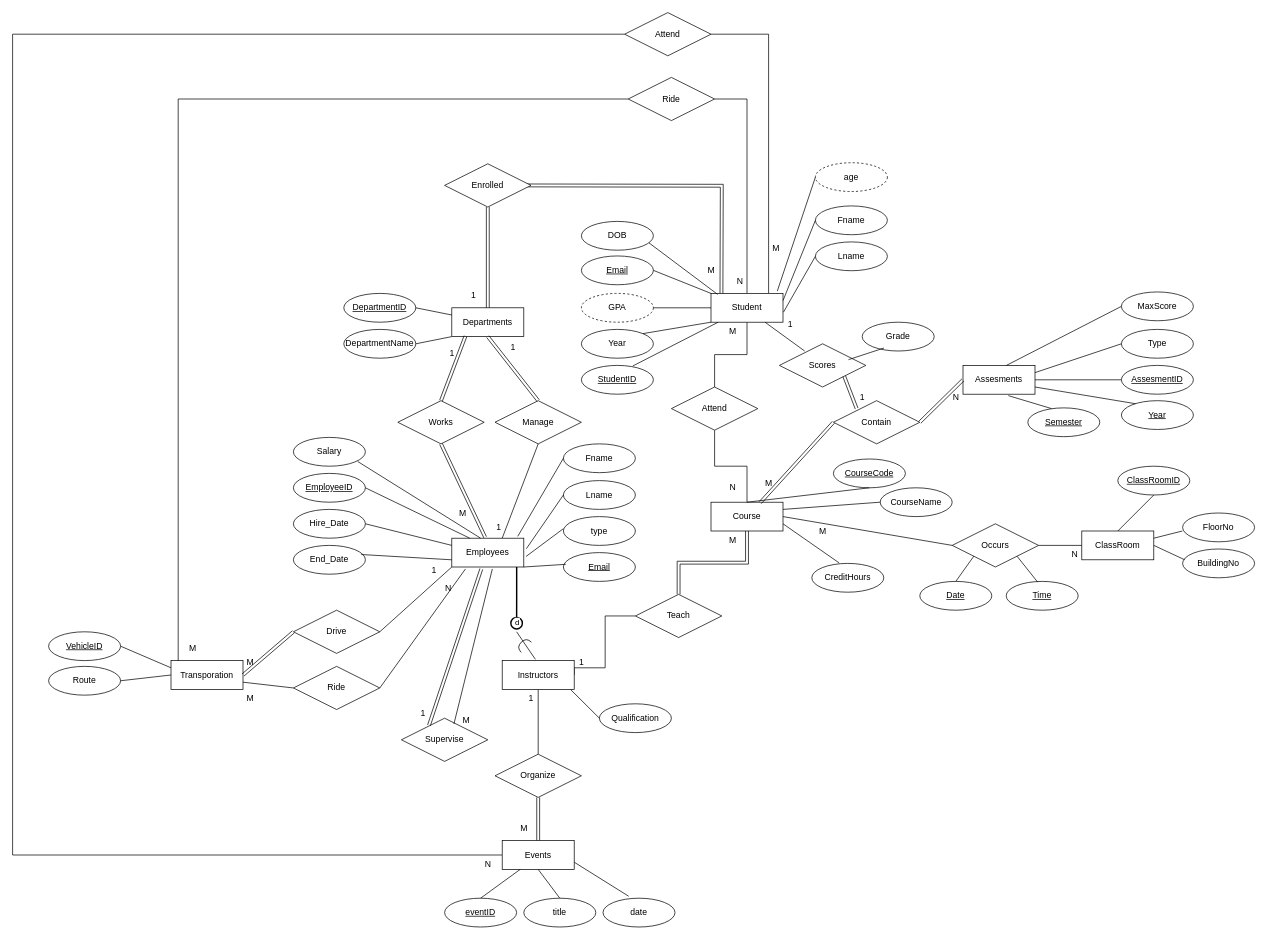
This is FacultyERD.drawio from seiffmohamedd/University_DBMS, a draw.io file, before an edit. Source tidied: cells renumbered, new cells numbered last; positions are measured from the earlier drawing's top-left corner, leaving out a move shared by most shapes. Both pictures are drawn from the tidied source at 72%, with x=0, y=0 at pixel (12, 12).
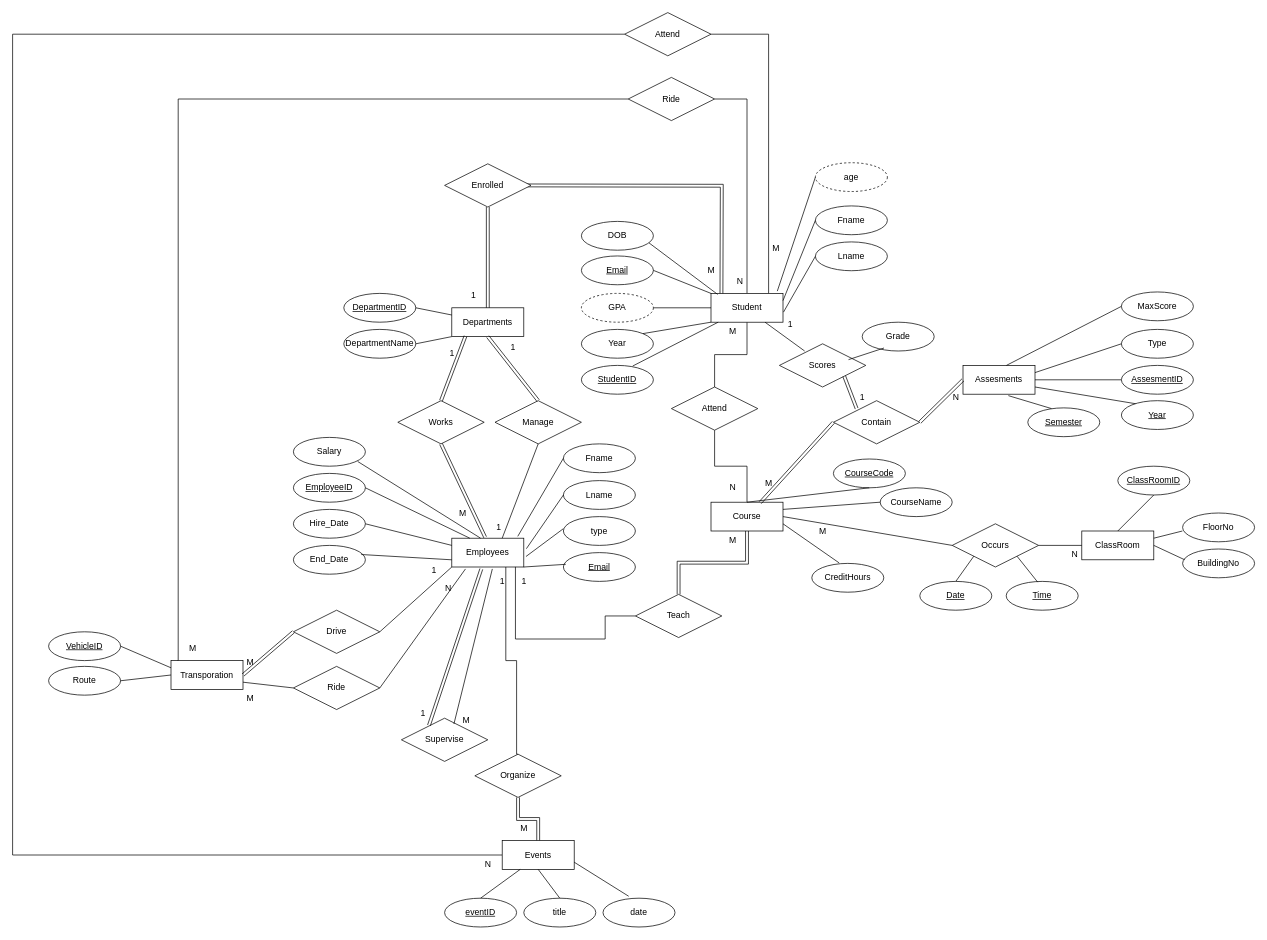
Above is the later version.

Commit message (it also covers changes not shown here):
ERD , Mapping Finished , SQL Scripts Created Tables , Insertion of sample data in progress

Unchanged cells that the change refers to:
```xml
<mxCell id="10" value="Employees" style="whiteSpace=wrap;html=1;align=center;" parent="1" vertex="1">
  <mxGeometry x="610" y="730" width="100" height="40" as="geometry" />
</mxCell>
<mxCell id="75" value="Teach" style="shape=rhombus;perimeter=rhombusPerimeter;whiteSpace=wrap;html=1;align=center;" parent="1" vertex="1">
  <mxGeometry x="865" y="808" width="120" height="60" as="geometry" />
</mxCell>
```

The edit, as a diff of the source:
```diff
@@
-    <mxCell id="8" style="edgeStyle=orthogonalEdgeStyle;rounded=0;orthogonalLoop=1;jettySize=auto;html=1;exitX=0.5;exitY=1;exitDx=0;exitDy=0;endArrow=circle;endFill=0;strokeWidth=2;" parent="1" edge="1">
-      <mxGeometry relative="1" as="geometry">
-        <mxPoint x="700.1" y="768" as="sourcePoint" />
-        <mxPoint x="700" y="858" as="targetPoint" />
-        <Array as="points">
-          <mxPoint x="700.1" y="808" />
-          <mxPoint x="700.1" y="808" />
-        </Array>
-      </mxGeometry>
-    </mxCell>
-    <mxCell id="9" value="d" style="edgeLabel;html=1;align=center;verticalAlign=middle;" parent="8" vertex="1">
-      <mxGeometry x="0.87" relative="1" as="geometry">
-        <mxPoint y="-5" as="offset" />
-      </mxGeometry>
-    </mxCell>
@@
-    <mxCell id="54" style="edgeStyle=orthogonalEdgeStyle;rounded=0;jettySize=auto;html=1;exitX=1;exitY=0.5;exitDx=0;exitDy=0;entryX=0;entryY=0.5;entryDx=0;entryDy=0;endArrow=none;endFill=0;" parent="1" edge="1" source="56" target="75">
+    <mxCell id="54" style="edgeStyle=orthogonalEdgeStyle;rounded=0;jettySize=auto;html=1;exitX=0.884;exitY=0.997;exitDx=0;exitDy=0;entryX=0;entryY=0.5;entryDx=0;entryDy=0;endArrow=none;endFill=0;exitPerimeter=0;" parent="1" edge="1" source="10" target="75">
       <mxGeometry relative="1" as="geometry">
         <Array as="points">
-          <mxPoint x="780" y="910" />
-          <mxPoint x="823" y="910" />
+          <mxPoint x="698" y="870" />
+          <mxPoint x="823" y="870" />
           <mxPoint x="823" y="838" />
         </Array>
       </mxGeometry>
     </mxCell>
-    <mxCell id="55" style="edgeStyle=orthogonalEdgeStyle;rounded=0;jettySize=auto;html=1;exitX=0.5;exitY=1;exitDx=0;exitDy=0;entryX=0.5;entryY=0;entryDx=0;entryDy=0;endArrow=none;endFill=0;" parent="1" edge="1" source="56" target="87">
-      <mxGeometry relative="1" as="geometry" />
+    <mxCell id="55" style="edgeStyle=orthogonalEdgeStyle;rounded=0;jettySize=auto;html=1;exitX=0.75;exitY=1;exitDx=0;exitDy=0;entryX=0.5;entryY=0;entryDx=0;entryDy=0;endArrow=none;endFill=0;" parent="1" edge="1" source="10" target="87">
+      <mxGeometry relative="1" as="geometry">
+        <Array as="points">
+          <mxPoint x="685" y="900" />
+          <mxPoint x="700" y="900" />
+          <mxPoint x="700" y="1030" />
+        </Array>
+      </mxGeometry>
     </mxCell>
-    <mxCell id="56" value="Instructors" style="whiteSpace=wrap;html=1;align=center;" parent="1" vertex="1">
-      <mxGeometry x="680" y="900" width="100" height="40" as="geometry" />
-    </mxCell>
-    <mxCell id="57" style="endArrow=none;html=1;rounded=0;entryX=0.461;entryY=-0.043;entryDx=0;entryDy=0;entryPerimeter=0;" parent="1" edge="1" target="56">
-      <mxGeometry relative="1" as="geometry">
-        <mxPoint x="700" y="860" as="sourcePoint" />
-      </mxGeometry>
-    </mxCell>
-    <mxCell id="58" value="Qualification" style="ellipse;whiteSpace=wrap;html=1;align=center;" parent="1" vertex="1">
-      <mxGeometry x="815" y="960" width="100" height="40" as="geometry" />
-    </mxCell>
@@
-    <mxCell id="69" style="endArrow=none;html=1;rounded=0;exitX=0.953;exitY=1.014;exitDx=0;exitDy=0;exitPerimeter=0;entryX=0;entryY=0.5;entryDx=0;entryDy=0;" parent="1" edge="1" source="56" target="58">
-      <mxGeometry relative="1" as="geometry" />
-    </mxCell>
@@
     <mxCell id="77" value="1" style="text;html=1;align=center;verticalAlign=middle;strokeColor=none;fillColor=none;" parent="1" vertex="1">
-      <mxGeometry x="775" y="888" width="30" height="30" as="geometry" />
+      <mxGeometry x="695" y="775" width="30" height="30" as="geometry" />
     </mxCell>
@@
     <mxCell id="87" value="Organize" style="shape=rhombus;perimeter=rhombusPerimeter;whiteSpace=wrap;html=1;align=center;" parent="1" vertex="1">
-      <mxGeometry x="670" y="1030" width="120" height="60" as="geometry" />
+      <mxGeometry x="642" y="1030" width="120" height="60" as="geometry" />
     </mxCell>
@@
     <mxCell id="89" value="1" style="text;html=1;align=center;verticalAlign=middle;strokeColor=none;fillColor=none;" parent="1" vertex="1">
-      <mxGeometry x="705" y="938" width="30" height="30" as="geometry" />
+      <mxGeometry x="665" y="775" width="30" height="30" as="geometry" />
     </mxCell>
@@
-    <mxCell id="93" style="shape=requiredInterface;html=1;verticalLabelPosition=bottom;sketch=0;rotation=-135;" parent="1" vertex="1">
-      <mxGeometry x="705" y="868" width="10" height="20" as="geometry" />
-    </mxCell>
```
